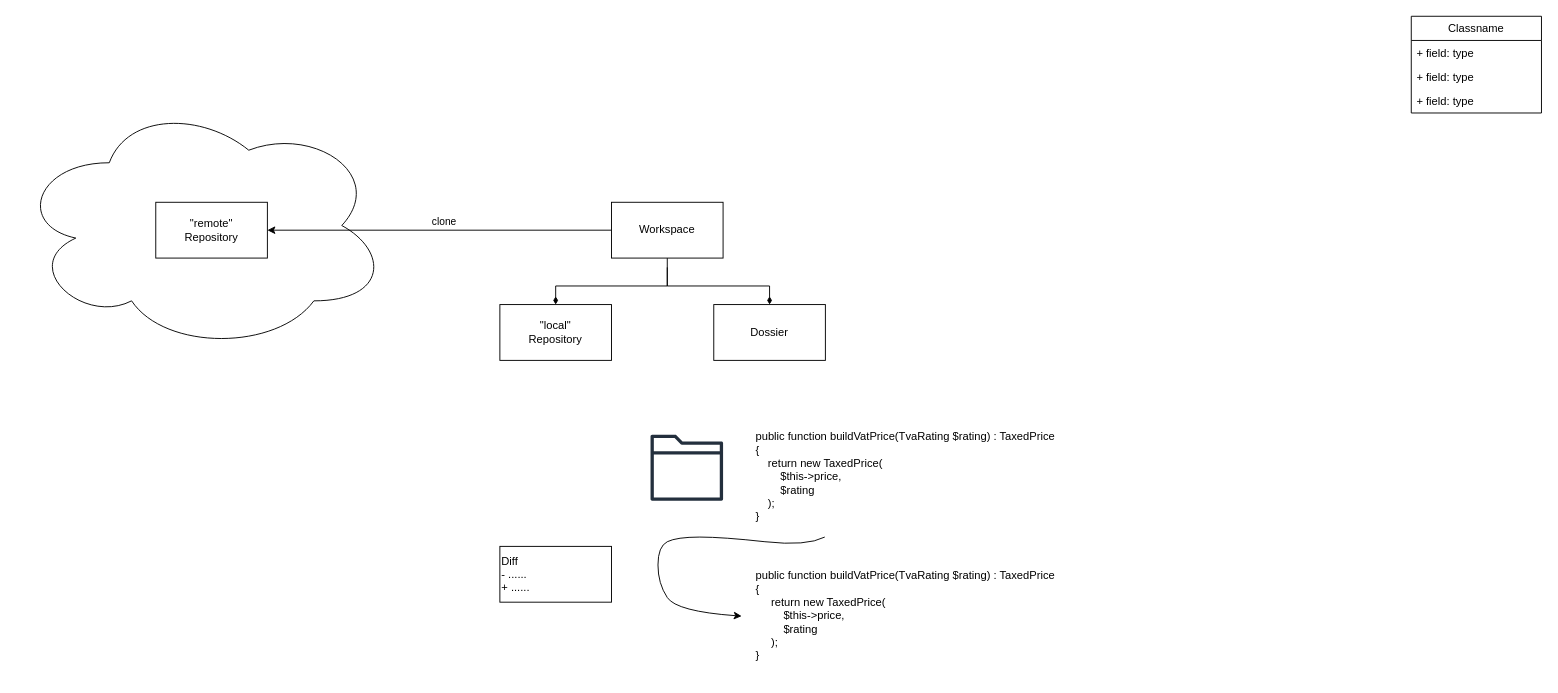
RukenDogan/ItAK-DFS33c keeps this draw.io diagram as D70_Git/Git.class.drawio. Above is the earlier version. Source tidied: cells renumbered, new cells numbered last; positions are measured from the earlier drawing's top-left corner, leaving out a move shared by most shapes. Both pictures are drawn from the tidied source at 93%, with x=0, y=0 at pixel (16, 16).
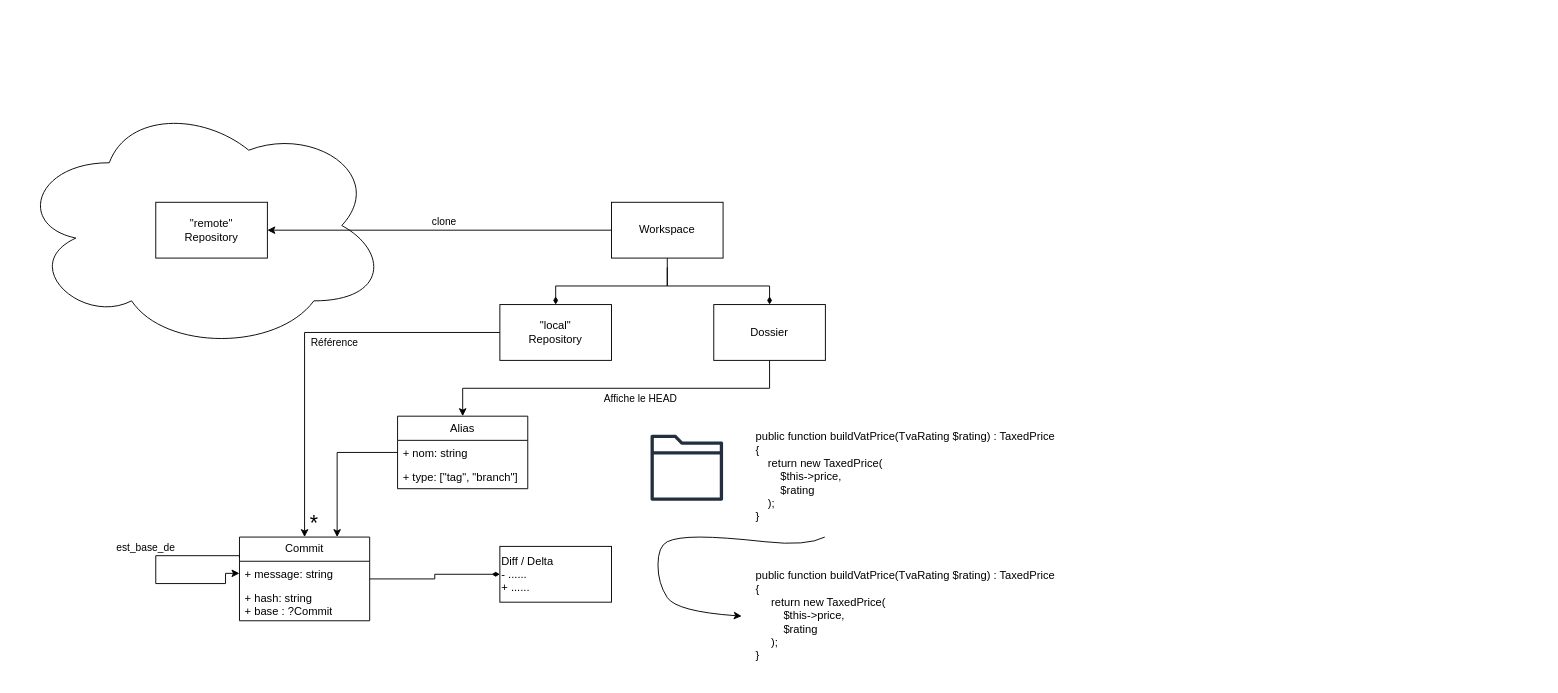
The same diagram, later.

The change refers to these unchanged cells:
```xml
<mxCell id="13" value="Dossier" style="rounded=0;whiteSpace=wrap;html=1;" parent="1" vertex="1">
  <mxGeometry x="750" y="310" width="120" height="60" as="geometry" />
</mxCell>
<mxCell id="14" value="&quot;local&quot;&lt;br&gt;Repository" style="rounded=0;whiteSpace=wrap;html=1;" parent="1" vertex="1">
  <mxGeometry x="520" y="310" width="120" height="60" as="geometry" />
</mxCell>
```

Change to the diagram source:
```diff
@@
+    <mxCell id="20" style="edgeStyle=orthogonalEdgeStyle;rounded=0;jettySize=auto;html=1;endArrow=diamondThin;endFill=1;" parent="1" edge="1" source="3" target="19">
+      <mxGeometry relative="1" as="geometry" />
+    </mxCell>
-    <mxCell id="3" value="Classname" style="swimlane;fontStyle=0;horizontal=1;startSize=26;fillColor=none;whiteSpace=wrap;html=1;" parent="1" vertex="1">
-      <mxGeometry x="1500" width="140" height="104" as="geometry" />
+    <mxCell id="3" value="Commit" style="swimlane;fontStyle=0;horizontal=1;startSize=26;fillColor=none;whiteSpace=wrap;html=1;" parent="1" vertex="1">
+      <mxGeometry x="240" y="560" width="140" height="90" as="geometry" />
     </mxCell>
-    <mxCell id="4" value="+ field: type" style="text;strokeColor=none;fillColor=none;align=left;verticalAlign=top;spacingLeft=4;spacingRight=4;overflow=hidden;whiteSpace=wrap;html=1;" parent="3" vertex="1">
+    <mxCell id="4" value="+ message: string" style="text;strokeColor=none;fillColor=none;align=left;verticalAlign=top;spacingLeft=4;spacingRight=4;overflow=hidden;whiteSpace=wrap;html=1;" parent="3" vertex="1">
       <mxGeometry y="26" width="140" height="26" as="geometry" />
     </mxCell>
-    <mxCell id="5" value="+ field: type" style="text;strokeColor=none;fillColor=none;align=left;verticalAlign=top;spacingLeft=4;spacingRight=4;overflow=hidden;whiteSpace=wrap;html=1;" parent="3" vertex="1">
-      <mxGeometry y="52" width="140" height="26" as="geometry" />
+    <mxCell id="5" value="+ hash: string&lt;div&gt;+ base : ?Commit&lt;/div&gt;" style="text;strokeColor=none;fillColor=none;align=left;verticalAlign=top;spacingLeft=4;spacingRight=4;overflow=hidden;whiteSpace=wrap;html=1;" parent="3" vertex="1">
+      <mxGeometry y="52" width="140" height="38" as="geometry" />
     </mxCell>
-    <mxCell id="6" value="+ field: type" style="text;strokeColor=none;fillColor=none;align=left;verticalAlign=top;spacingLeft=4;spacingRight=4;overflow=hidden;whiteSpace=wrap;html=1;" parent="3" vertex="1">
-      <mxGeometry y="78" width="140" height="26" as="geometry" />
-    </mxCell>
@@
+    <mxCell id="21" style="edgeStyle=orthogonalEdgeStyle;rounded=0;jettySize=auto;html=1;" parent="1" edge="1" source="13" target="29">
+      <mxGeometry relative="1" as="geometry">
+        <Array as="points">
+          <mxPoint x="810" y="400" />
+          <mxPoint x="480" y="400" />
+        </Array>
+      </mxGeometry>
+    </mxCell>
+    <mxCell id="22" value="Affiche le HEAD" style="edgeLabel;html=1;align=center;verticalAlign=middle;" parent="21" vertex="1">
+      <mxGeometry x="-0.14" relative="1" as="geometry">
+        <mxPoint x="-2" y="10" as="offset" />
+      </mxGeometry>
+    </mxCell>
@@
+    <mxCell id="23" style="edgeStyle=orthogonalEdgeStyle;rounded=0;jettySize=auto;html=1;" parent="1" edge="1" source="14" target="3">
+      <mxGeometry relative="1" as="geometry" />
+    </mxCell>
+    <mxCell id="24" value="Référence" style="edgeLabel;html=1;align=center;verticalAlign=middle;" parent="23" vertex="1">
+      <mxGeometry x="-0.32" y="-1" relative="1" as="geometry">
+        <mxPoint x="-33" y="11" as="offset" />
+      </mxGeometry>
+    </mxCell>
+    <mxCell id="25" value="*" style="edgeLabel;html=1;align=center;verticalAlign=middle;fontSize=23;" parent="23" vertex="1">
+      <mxGeometry x="0.8" y="2" relative="1" as="geometry">
+        <mxPoint x="7" y="27" as="offset" />
+      </mxGeometry>
+    </mxCell>
@@
-    <mxCell id="19" value="Diff&lt;div&gt;- ......&lt;br&gt;+ ......&lt;/div&gt;" style="rounded=0;whiteSpace=wrap;html=1;align=left;" parent="1" vertex="1">
+    <mxCell id="19" value="Diff / Delta&lt;div&gt;- ......&lt;br&gt;+ ......&lt;/div&gt;" style="rounded=0;whiteSpace=wrap;html=1;align=left;" parent="1" vertex="1">
       <mxGeometry x="520" y="570" width="120" height="60" as="geometry" />
     </mxCell>
+    <mxCell id="26" style="edgeStyle=orthogonalEdgeStyle;rounded=0;orthogonalLoop=1;jettySize=auto;html=1;exitX=0;exitY=0.25;exitDx=0;exitDy=0;" parent="1" edge="1" source="3" target="3">
+      <mxGeometry relative="1" as="geometry">
+        <Array as="points">
+          <mxPoint x="240" y="580" />
+          <mxPoint x="150" y="580" />
+          <mxPoint x="150" y="610" />
+          <mxPoint x="225" y="610" />
+          <mxPoint x="225" y="599" />
+        </Array>
+      </mxGeometry>
+    </mxCell>
+    <mxCell id="27" value="est_base_de" style="edgeLabel;html=1;align=center;verticalAlign=middle;" parent="26" vertex="1">
+      <mxGeometry x="0.17" y="1" relative="1" as="geometry">
+        <mxPoint x="-20" y="-39" as="offset" />
+      </mxGeometry>
+    </mxCell>
+    <mxCell id="28" style="edgeStyle=orthogonalEdgeStyle;rounded=0;jettySize=auto;html=1;entryX=0.75;entryY=0;entryDx=0;entryDy=0;" parent="1" edge="1" source="29" target="3">
+      <mxGeometry relative="1" as="geometry" />
+    </mxCell>
+    <mxCell id="29" value="Alias" style="swimlane;fontStyle=0;horizontal=1;startSize=26;fillColor=none;whiteSpace=wrap;html=1;" parent="1" vertex="1">
+      <mxGeometry x="410" y="430" width="140" height="78" as="geometry" />
+    </mxCell>
+    <mxCell id="30" value="+ nom: string" style="text;strokeColor=none;fillColor=none;align=left;verticalAlign=top;spacingLeft=4;spacingRight=4;overflow=hidden;whiteSpace=wrap;html=1;" parent="29" vertex="1">
+      <mxGeometry y="26" width="140" height="26" as="geometry" />
+    </mxCell>
+    <mxCell id="31" value="+ type: [&quot;tag&quot;, &quot;branch&quot;]" style="text;strokeColor=none;fillColor=none;align=left;verticalAlign=top;spacingLeft=4;spacingRight=4;overflow=hidden;whiteSpace=wrap;html=1;" parent="29" vertex="1">
+      <mxGeometry y="52" width="140" height="26" as="geometry" />
+    </mxCell>
```
